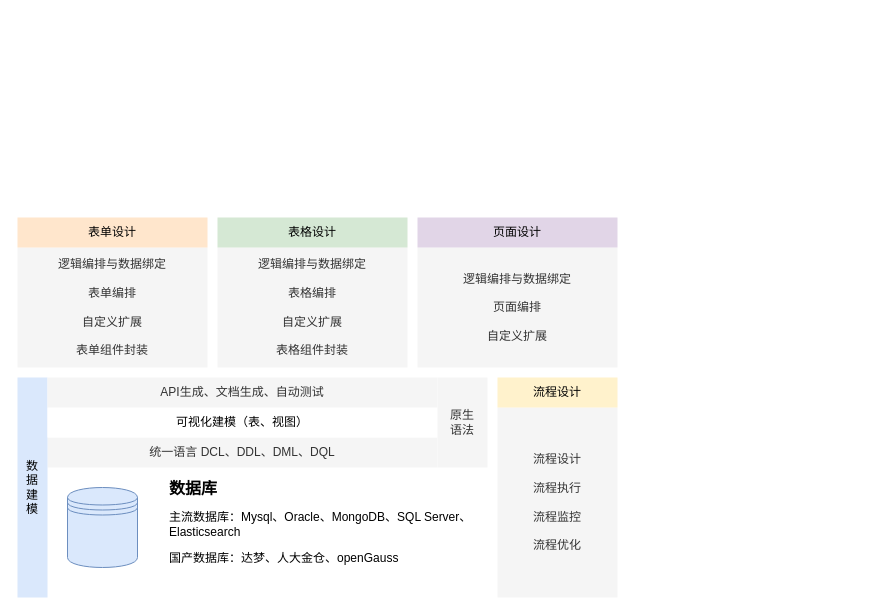
This is 低——研究内容——开发工具.drawio from tangyaosimida/love, a draw.io file, before an edit. Source tidied: cells renumbered, new cells numbered last; positions are measured from the earlier drawing's top-left corner, leaving out a move shared by most shapes. Both pictures are drawn from the tidied source at 100%, with x=0, y=0 at pixel (17, 217).
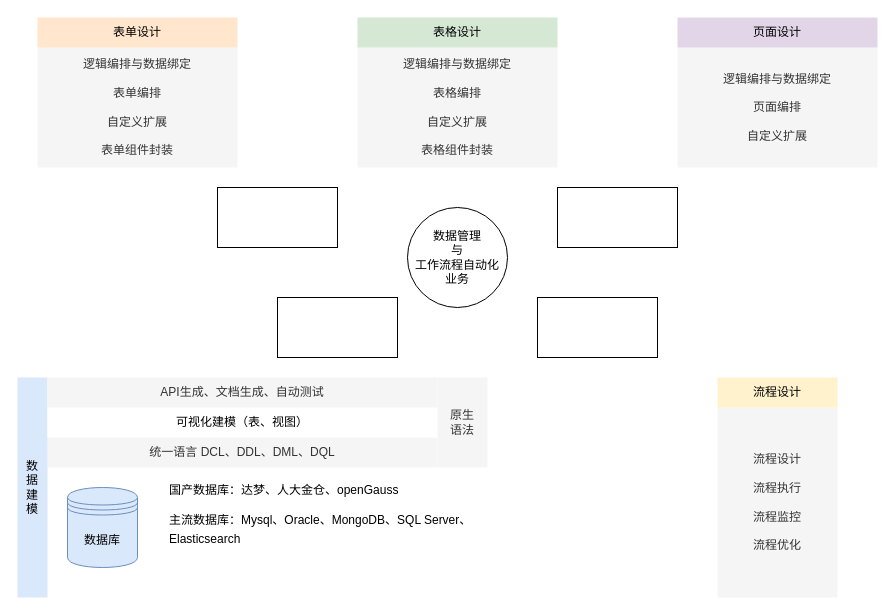
The same page after the edit.

Commit message:
更新低——研究内容——开发工具.drawio

The edit, as a diff of the source:
```diff
@@
-    <mxCell id="4" style="shape=datastore;whiteSpace=wrap;html=1;fillColor=#dae8fc;strokeColor=#6c8ebf;" parent="1" vertex="1">
+    <mxCell id="4" value="数据库" style="shape=datastore;whiteSpace=wrap;html=1;fillColor=#dae8fc;strokeColor=#6c8ebf;" parent="1" vertex="1">
       <mxGeometry x="50" y="270" width="70" height="80" as="geometry" />
     </mxCell>
-    <mxCell id="5" value="&lt;h1 style=&quot;margin-top: 0px; font-size: 16px;&quot;&gt;&lt;font style=&quot;font-size: 16px;&quot;&gt;数据库&lt;/font&gt;&lt;/h1&gt;&lt;p style=&quot;&quot;&gt;主流数据库：Mysql、Oracle、MongoDB、&lt;span style=&quot;font-family: Arial, sans-serif;&quot;&gt;SQL Server、Elasticsearch&lt;/span&gt;&lt;/p&gt;&lt;p&gt;&lt;font style=&quot;font-size: 12px;&quot;&gt;&lt;span style=&quot;font-family: Arial, sans-serif;&quot;&gt;国产数据库：达梦、人大金仓、&lt;/span&gt;&lt;span style=&quot;font-family: Arial, sans-serif;&quot;&gt;openGauss&lt;/span&gt;&lt;/font&gt;&lt;/p&gt;&lt;p&gt;&lt;span style=&quot;background-color: rgb(255, 255, 255); font-family: Arial, sans-serif;&quot;&gt;&lt;br&gt;&lt;/span&gt;&lt;/p&gt;" style="text;html=1;whiteSpace=wrap;overflow=hidden;rounded=0;" parent="1" vertex="1">
-      <mxGeometry x="150" y="255" width="320" height="120" as="geometry" />
+    <mxCell id="5" value="&lt;h1 style=&quot;margin-top: 0px; font-size: 16px;&quot;&gt;&lt;span style=&quot;font-size: 12px; font-weight: 400; font-family: Arial, sans-serif;&quot;&gt;国产数据库：达梦、人大金仓、&lt;/span&gt;&lt;span style=&quot;font-size: 12px; font-weight: 400; font-family: Arial, sans-serif;&quot;&gt;openGauss&lt;/span&gt;&lt;span style=&quot;background-color: initial; font-size: 12px; font-weight: normal;&quot;&gt;&lt;br&gt;&lt;/span&gt;&lt;/h1&gt;&lt;h1 style=&quot;margin-top: 0px; font-size: 16px;&quot;&gt;&lt;span style=&quot;background-color: initial; font-size: 12px; font-weight: normal;&quot;&gt;主流数据库：Mysql、Oracle、MongoDB、&lt;/span&gt;&lt;span style=&quot;background-color: initial; font-size: 12px; font-weight: normal; font-family: Arial, sans-serif;&quot;&gt;SQL Server、Elasticsearch&lt;/span&gt;&lt;/h1&gt;&lt;div&gt;&lt;span style=&quot;background-color: initial; font-size: 12px; font-weight: normal; font-family: Arial, sans-serif;&quot;&gt;&lt;br&gt;&lt;/span&gt;&lt;/div&gt;&lt;div&gt;&lt;span style=&quot;background-color: initial; font-size: 12px; font-weight: normal; font-family: Arial, sans-serif;&quot;&gt;&lt;br&gt;&lt;/span&gt;&lt;/div&gt;" style="text;html=1;whiteSpace=wrap;overflow=hidden;rounded=0;" parent="1" vertex="1">
+      <mxGeometry x="150" y="255" width="320" height="115" as="geometry" />
     </mxCell>
@@
     <mxCell id="10" value="流程设计&lt;div&gt;&lt;br&gt;&lt;/div&gt;&lt;div&gt;流程执行&lt;/div&gt;&lt;div&gt;&lt;br&gt;&lt;/div&gt;&lt;div&gt;流程监控&lt;/div&gt;&lt;div&gt;&lt;br&gt;&lt;/div&gt;&lt;div&gt;流程优化&lt;/div&gt;" style="rounded=0;whiteSpace=wrap;html=1;strokeColor=none;fillColor=#f5f5f5;fontColor=#333333;" parent="1" vertex="1">
-      <mxGeometry x="480" y="190" width="120" height="190" as="geometry" />
+      <mxGeometry x="700" y="190" width="120" height="190" as="geometry" />
     </mxCell>
     <mxCell id="11" value="流程设计" style="rounded=0;whiteSpace=wrap;html=1;fillColor=#fff2cc;strokeColor=none;" parent="1" vertex="1">
-      <mxGeometry x="480" y="160" width="120" height="30" as="geometry" />
+      <mxGeometry x="700" y="160" width="120" height="30" as="geometry" />
     </mxCell>
@@
     <mxCell id="13" value="&lt;div&gt;逻辑编排与数据绑定&lt;/div&gt;&lt;div&gt;&lt;br&gt;&lt;/div&gt;&lt;div&gt;表单编排&lt;/div&gt;&lt;div&gt;&lt;br&gt;&lt;/div&gt;&lt;div&gt;自定义扩展&lt;/div&gt;&lt;div&gt;&lt;br&gt;&lt;/div&gt;表单组件封装" style="rounded=0;whiteSpace=wrap;html=1;fillColor=#f5f5f5;fontColor=#333333;strokeColor=none;" parent="1" vertex="1">
-      <mxGeometry y="30" width="190" height="120" as="geometry" />
+      <mxGeometry x="20" y="-170" width="200" height="120" as="geometry" />
     </mxCell>
     <mxCell id="14" value="&lt;div&gt;逻辑编排与数据绑定&lt;/div&gt;&lt;div&gt;&lt;br&gt;&lt;/div&gt;&lt;div&gt;表格编排&lt;/div&gt;&lt;div&gt;&lt;br&gt;&lt;/div&gt;&lt;div&gt;自定义扩展&lt;/div&gt;&lt;div&gt;&lt;br&gt;&lt;/div&gt;表格组件封装" style="rounded=0;whiteSpace=wrap;html=1;fillColor=#f5f5f5;fontColor=#333333;strokeColor=none;" parent="1" vertex="1">
-      <mxGeometry x="200" y="30" width="190" height="120" as="geometry" />
+      <mxGeometry x="340" y="-170" width="200" height="120" as="geometry" />
     </mxCell>
     <mxCell id="15" value="&lt;div&gt;逻辑编排与数据绑定&lt;/div&gt;&lt;div&gt;&lt;br&gt;&lt;/div&gt;&lt;div&gt;页面编排&lt;/div&gt;&lt;div&gt;&lt;br&gt;&lt;/div&gt;&lt;div&gt;自定义扩展&lt;/div&gt;" style="rounded=0;whiteSpace=wrap;html=1;fillColor=#f5f5f5;fontColor=#333333;strokeColor=none;" parent="1" vertex="1">
-      <mxGeometry x="400" y="30" width="200" height="120" as="geometry" />
+      <mxGeometry x="660" y="-170" width="200" height="120" as="geometry" />
     </mxCell>
     <mxCell id="16" value="表单设计" style="rounded=0;whiteSpace=wrap;html=1;fillColor=#ffe6cc;strokeColor=none;" parent="1" vertex="1">
-      <mxGeometry width="190" height="30" as="geometry" />
+      <mxGeometry x="20" y="-200" width="200" height="30" as="geometry" />
     </mxCell>
     <mxCell id="17" value="表格设计" style="rounded=0;whiteSpace=wrap;html=1;fillColor=#d5e8d4;strokeColor=none;" parent="1" vertex="1">
-      <mxGeometry x="200" width="190" height="30" as="geometry" />
+      <mxGeometry x="340" y="-200" width="200" height="30" as="geometry" />
     </mxCell>
     <mxCell id="18" value="页面设计" style="rounded=0;whiteSpace=wrap;html=1;fillColor=#e1d5e7;strokeColor=none;" parent="1" vertex="1">
-      <mxGeometry x="400" width="200" height="30" as="geometry" />
+      <mxGeometry x="660" y="-200" width="200" height="30" as="geometry" />
     </mxCell>
+    <mxCell id="19" value="数据管理&lt;div&gt;与&lt;br&gt;&lt;div&gt;工作流程自动化&lt;/div&gt;&lt;div&gt;业务&lt;/div&gt;&lt;/div&gt;" style="ellipse;whiteSpace=wrap;html=1;" parent="1" vertex="1">
+      <mxGeometry x="390" y="-10" width="100" height="100" as="geometry" />
+    </mxCell>
+    <mxCell id="20" style="rounded=0;whiteSpace=wrap;html=1;" parent="1" vertex="1">
+      <mxGeometry x="200" y="-30" width="120" height="60" as="geometry" />
+    </mxCell>
+    <mxCell id="21" style="rounded=0;whiteSpace=wrap;html=1;" parent="1" vertex="1">
+      <mxGeometry x="540" y="-30" width="120" height="60" as="geometry" />
+    </mxCell>
+    <mxCell id="22" style="rounded=0;whiteSpace=wrap;html=1;" parent="1" vertex="1">
+      <mxGeometry x="520" y="80" width="120" height="60" as="geometry" />
+    </mxCell>
+    <mxCell id="23" style="rounded=0;whiteSpace=wrap;html=1;" parent="1" vertex="1">
+      <mxGeometry x="260" y="80" width="120" height="60" as="geometry" />
+    </mxCell>
```
